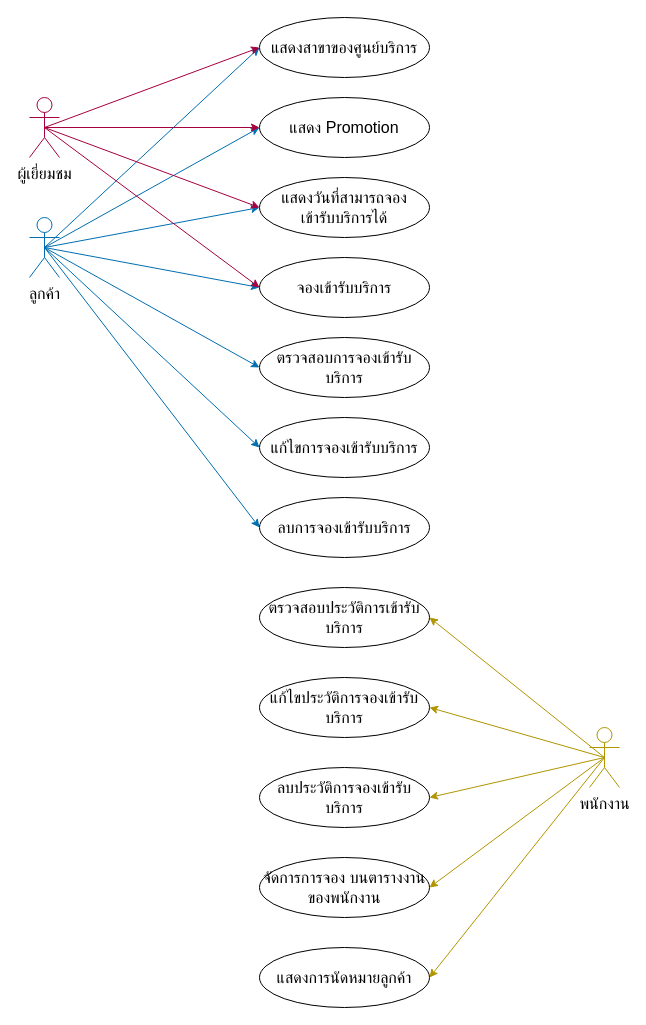
The draw.io diagram test.drawio in nuannim/tyre-out, before the edit. Source tidied: cells renumbered, new cells numbered last; positions are measured from the earlier drawing's top-left corner, leaving out a move shared by most shapes. Both pictures are drawn from the tidied source at 100%, with x=0, y=0 at pixel (29, 17).
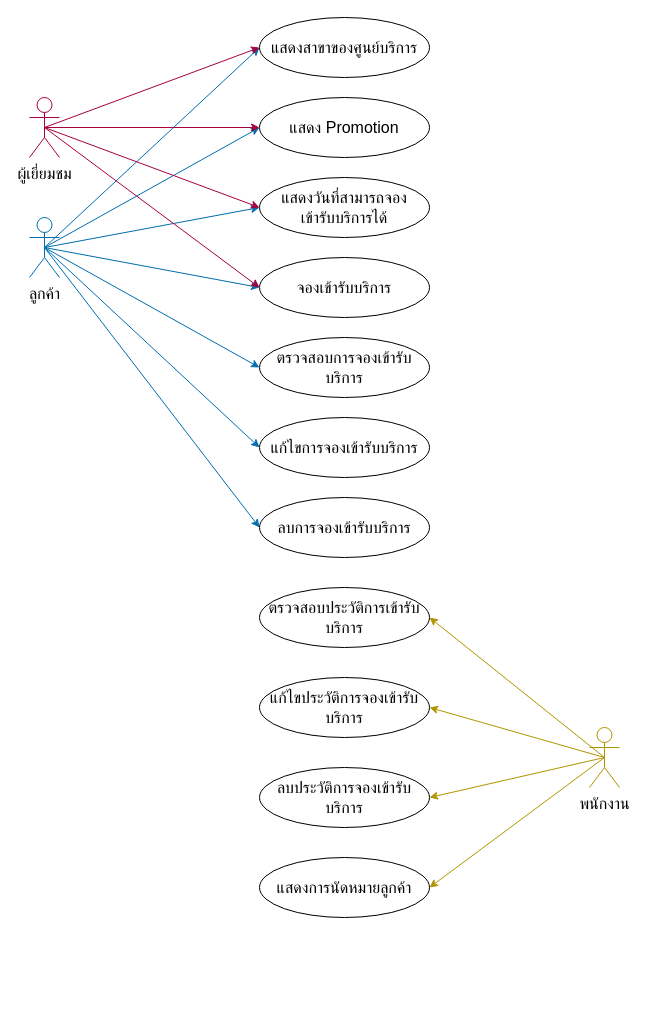
The same page after the edit.

Unchanged cells that the change refers to:
```xml
<mxCell id="20" value="พนักงาน" style="shape=umlActor;verticalLabelPosition=bottom;verticalAlign=top;html=1;outlineConnect=0;fillColor=none;fontColor=#000000;strokeColor=#B09500;fontFamily=th sarabunPSK;fontSize=16;rounded=1;" parent="1" vertex="1">
  <mxGeometry x="560" y="710" width="30" height="60" as="geometry" />
</mxCell>
```

Diff of the diagram source:
```diff
@@
-    <mxCell id="18" style="edgeStyle=none;html=1;entryX=1;entryY=0.5;entryDx=0;entryDy=0;exitX=0.5;exitY=0.5;exitDx=0;exitDy=0;exitPerimeter=0;fillColor=#e3c800;strokeColor=#B09500;fontFamily=th sarabunPSK;fontSize=16;rounded=1;" parent="1" edge="1" source="20" target="28">
-      <mxGeometry relative="1" as="geometry" />
-    </mxCell>
@@
-    <mxCell id="28" value="จัดการการจอง บนตารางงาน&lt;br style=&quot;font-size: 16px;&quot;&gt;ของพนักงาน" style="ellipse;whiteSpace=wrap;html=1;fontFamily=th sarabunPSK;fontSize=16;rounded=1;" parent="1" vertex="1">
-      <mxGeometry x="230" y="840" width="170" height="60" as="geometry" />
-    </mxCell>
     <mxCell id="29" value="แสดงการนัดหมายลูกค้า" style="ellipse;whiteSpace=wrap;html=1;fontFamily=th sarabunPSK;fontSize=16;rounded=1;" parent="1" vertex="1">
-      <mxGeometry x="230" y="930" width="170" height="60" as="geometry" />
+      <mxGeometry x="230" y="840" width="170" height="60" as="geometry" />
     </mxCell>
```
